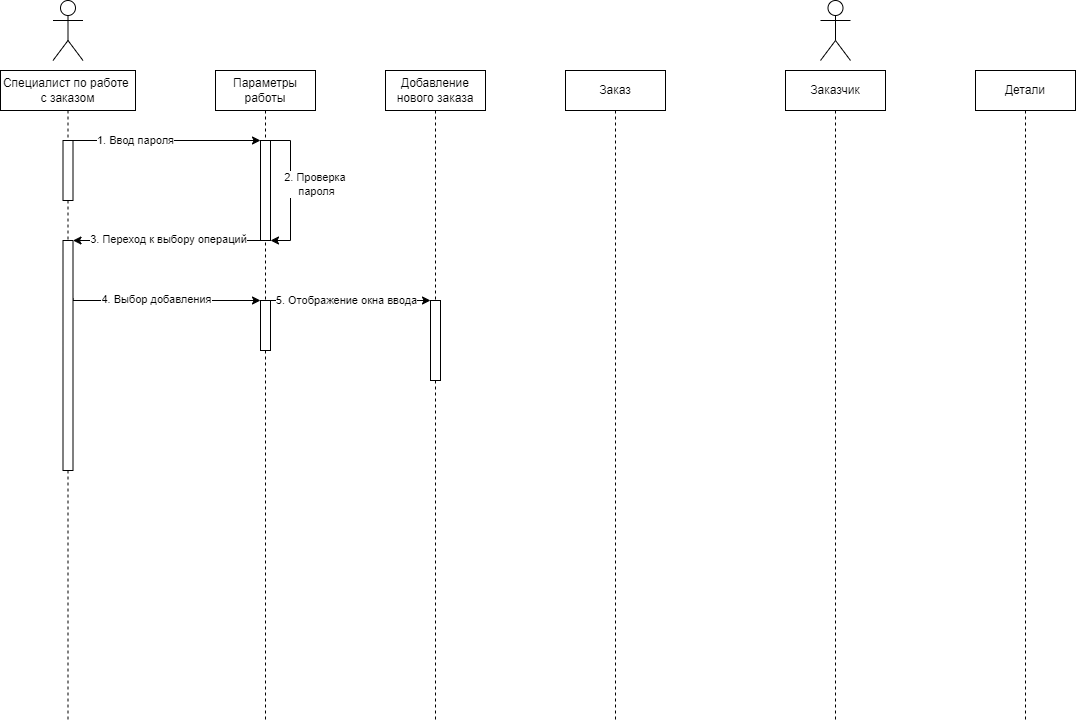
Above: последовательность.png in Involuntar/Test (draw.io), before the change. Source tidied: cells renumbered, new cells last; positions are measured from the earlier drawing's top-left corner, leaving out a move shared by most shapes.
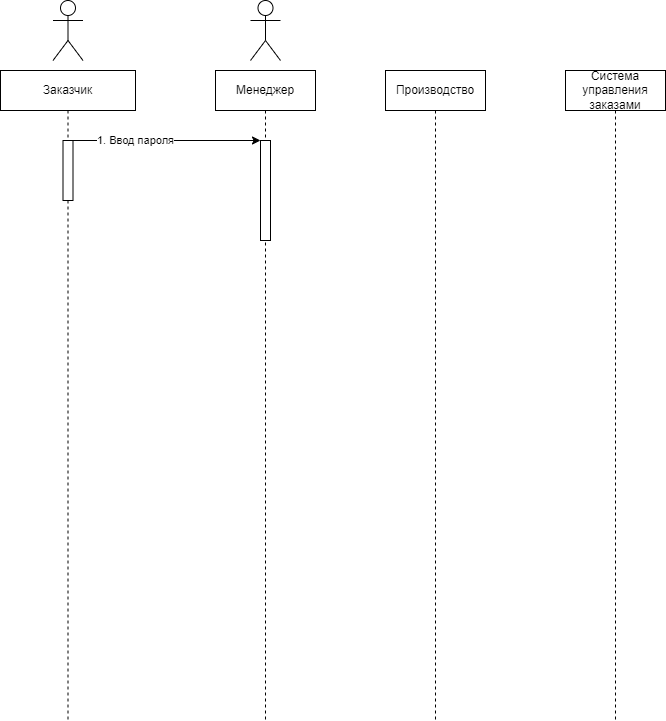
The same diagram one commit later.

Diff of the diagram source:
```diff
@@ -5,26 +5,20 @@
     <mxCell id="2" style="shape=umlActor;verticalLabelPosition=bottom;verticalAlign=top;html=1;" parent="1" vertex="1">
       <mxGeometry x="52.5" width="30" height="60" as="geometry" />
     </mxCell>
-    <mxCell id="3" value="&lt;span style=&quot;text-wrap: nowrap;&quot;&gt;Специалист по работе&amp;nbsp;&lt;/span&gt;&lt;div style=&quot;text-wrap: nowrap;&quot;&gt;&lt;span style=&quot;background-color: initial;&quot;&gt;с заказом&lt;/span&gt;&lt;/div&gt;" style="shape=umlLifeline;perimeter=lifelinePerimeter;whiteSpace=wrap;html=1;newEdgeStyle={&quot;curved&quot;:0,&quot;rounded&quot;:0};" parent="1" vertex="1">
+    <mxCell id="3" value="&lt;span style=&quot;text-wrap: nowrap;&quot;&gt;Заказчик&lt;/span&gt;" style="shape=umlLifeline;perimeter=lifelinePerimeter;whiteSpace=wrap;html=1;newEdgeStyle={&quot;curved&quot;:0,&quot;rounded&quot;:0};" parent="1" vertex="1">
       <mxGeometry y="70" width="135" height="650" as="geometry" />
     </mxCell>
-    <mxCell id="4" value="Параметры работы" style="shape=umlLifeline;perimeter=lifelinePerimeter;whiteSpace=wrap;html=1;newEdgeStyle={&quot;curved&quot;:0,&quot;rounded&quot;:0};" parent="1" vertex="1">
+    <mxCell id="4" value="Менеджер" style="shape=umlLifeline;perimeter=lifelinePerimeter;whiteSpace=wrap;html=1;newEdgeStyle={&quot;curved&quot;:0,&quot;rounded&quot;:0};" parent="1" vertex="1">
       <mxGeometry x="215" y="70" width="100" height="650" as="geometry" />
     </mxCell>
-    <mxCell id="5" value="Добавление нового заказа" style="shape=umlLifeline;perimeter=lifelinePerimeter;whiteSpace=wrap;html=1;newEdgeStyle={&quot;curved&quot;:0,&quot;rounded&quot;:0};" parent="1" vertex="1">
+    <mxCell id="5" value="Производство" style="shape=umlLifeline;perimeter=lifelinePerimeter;whiteSpace=wrap;html=1;newEdgeStyle={&quot;curved&quot;:0,&quot;rounded&quot;:0};" parent="1" vertex="1">
       <mxGeometry x="385" y="70" width="100" height="650" as="geometry" />
     </mxCell>
-    <mxCell id="6" value="Заказ" style="shape=umlLifeline;perimeter=lifelinePerimeter;whiteSpace=wrap;html=1;newEdgeStyle={&quot;curved&quot;:0,&quot;rounded&quot;:0};" parent="1" vertex="1">
+    <mxCell id="6" value="Система управления заказами" style="shape=umlLifeline;perimeter=lifelinePerimeter;whiteSpace=wrap;html=1;newEdgeStyle={&quot;curved&quot;:0,&quot;rounded&quot;:0};" parent="1" vertex="1">
       <mxGeometry x="565" y="70" width="100" height="650" as="geometry" />
     </mxCell>
-    <mxCell id="7" value="Заказчик" style="shape=umlLifeline;perimeter=lifelinePerimeter;whiteSpace=wrap;html=1;newEdgeStyle={&quot;curved&quot;:0,&quot;rounded&quot;:0};" parent="1" vertex="1">
-      <mxGeometry x="785" y="70" width="100" height="650" as="geometry" />
-    </mxCell>
-    <mxCell id="8" value="Детали" style="shape=umlLifeline;perimeter=lifelinePerimeter;whiteSpace=wrap;html=1;newEdgeStyle={&quot;curved&quot;:0,&quot;rounded&quot;:0};" parent="1" vertex="1">
-      <mxGeometry x="975" y="70" width="100" height="650" as="geometry" />
-    </mxCell>
     <mxCell id="9" style="shape=umlActor;verticalLabelPosition=bottom;verticalAlign=top;html=1;" parent="1" vertex="1">
-      <mxGeometry x="820" width="30" height="60" as="geometry" />
+      <mxGeometry x="250" width="30" height="60" as="geometry" />
     </mxCell>
     <mxCell id="10" style="edgeStyle=orthogonalEdgeStyle;rounded=0;jettySize=auto;html=1;exitX=1;exitY=0;exitDx=0;exitDy=0;entryX=0;entryY=0;entryDx=0;entryDy=0;" parent="1" edge="1" source="12" target="15">
       <mxGeometry relative="1" as="geometry">
@@ -40,64 +34,8 @@
     <mxCell id="12" style="rounded=0;whiteSpace=wrap;html=1;" parent="1" vertex="1">
       <mxGeometry x="62.5" y="140" width="10" height="60" as="geometry" />
     </mxCell>
-    <mxCell id="13" style="edgeStyle=orthogonalEdgeStyle;rounded=0;jettySize=auto;html=1;exitX=0;exitY=1;exitDx=0;exitDy=0;entryX=1;entryY=0;entryDx=0;entryDy=0;" parent="1" edge="1" source="15" target="20">
-      <mxGeometry relative="1" as="geometry">
-        <Array as="points">
-          <mxPoint x="205" y="240" />
-          <mxPoint x="205" y="240" />
-        </Array>
-      </mxGeometry>
-    </mxCell>
-    <mxCell id="14" value="3. Переход к выбору операций" style="edgeLabel;html=1;align=center;verticalAlign=middle;" parent="13" vertex="1">
-      <mxGeometry x="-0.01" y="-1" relative="1" as="geometry" />
-    </mxCell>
     <mxCell id="15" style="rounded=0;whiteSpace=wrap;html=1;" parent="1" vertex="1">
       <mxGeometry x="260" y="140" width="10" height="100" as="geometry" />
     </mxCell>
-    <mxCell id="16" style="edgeStyle=orthogonalEdgeStyle;rounded=0;orthogonalLoop=1;jettySize=auto;html=1;entryX=1;entryY=1;entryDx=0;entryDy=0;exitX=1;exitY=0;exitDx=0;exitDy=0;" parent="1" edge="1" source="15" target="15">
-      <mxGeometry relative="1" as="geometry">
-        <Array as="points">
-          <mxPoint x="290" y="140" />
-          <mxPoint x="290" y="240" />
-        </Array>
-      </mxGeometry>
-    </mxCell>
-    <mxCell id="17" value="2. Проверка&amp;nbsp;&lt;div&gt;пароля&lt;/div&gt;" style="edgeLabel;html=1;align=center;verticalAlign=middle;" parent="16" vertex="1">
-      <mxGeometry x="-0.36" relative="1" as="geometry">
-        <mxPoint x="25" y="18" as="offset" />
-      </mxGeometry>
-    </mxCell>
-    <mxCell id="18" style="edgeStyle=orthogonalEdgeStyle;rounded=0;jettySize=auto;html=1;exitX=1;exitY=0.25;exitDx=0;exitDy=0;entryX=0;entryY=0;entryDx=0;entryDy=0;" parent="1" edge="1" source="20" target="23">
-      <mxGeometry relative="1" as="geometry">
-        <Array as="points">
-          <mxPoint x="73" y="300" />
-        </Array>
-      </mxGeometry>
-    </mxCell>
-    <mxCell id="19" value="4. Выбор добавления" style="edgeLabel;html=1;align=center;verticalAlign=middle;" parent="18" vertex="1">
-      <mxGeometry x="-0.33" y="2" relative="1" as="geometry">
-        <mxPoint x="22" as="offset" />
-      </mxGeometry>
-    </mxCell>
-    <mxCell id="20" style="rounded=0;whiteSpace=wrap;html=1;" parent="1" vertex="1">
-      <mxGeometry x="62.5" y="240" width="10" height="230" as="geometry" />
-    </mxCell>
-    <mxCell id="21" style="edgeStyle=orthogonalEdgeStyle;rounded=0;jettySize=auto;html=1;exitX=1;exitY=0;exitDx=0;exitDy=0;entryX=0;entryY=0;entryDx=0;entryDy=0;" parent="1" edge="1" source="23" target="24">
-      <mxGeometry relative="1" as="geometry">
-        <Array as="points">
-          <mxPoint x="355" y="300" />
-          <mxPoint x="355" y="300" />
-        </Array>
-      </mxGeometry>
-    </mxCell>
-    <mxCell id="22" value="5. Отображение окна ввода" style="edgeLabel;html=1;align=center;verticalAlign=middle;" parent="21" vertex="1">
-      <mxGeometry x="-0.06" y="1" relative="1" as="geometry" />
-    </mxCell>
-    <mxCell id="23" style="rounded=0;whiteSpace=wrap;html=1;" parent="1" vertex="1">
-      <mxGeometry x="260" y="300" width="10" height="50" as="geometry" />
-    </mxCell>
-    <mxCell id="24" style="rounded=0;whiteSpace=wrap;html=1;" parent="1" vertex="1">
-      <mxGeometry x="430" y="300" width="10" height="80" as="geometry" />
-    </mxCell>
   </root>
 </mxGraphModel>
```
